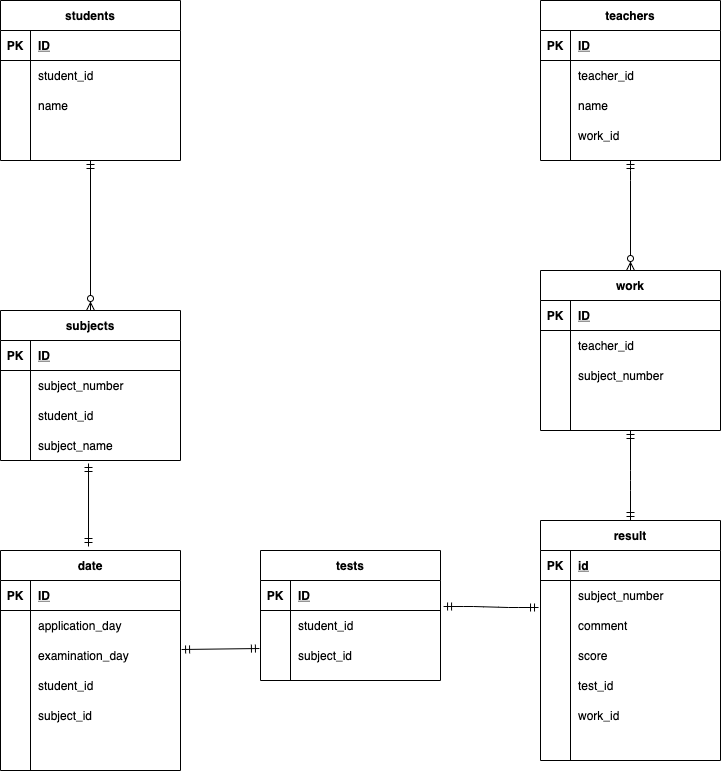
The draw.io diagram index.drawio.png in mkiim/ERD, before a commit. Source tidied: cells renumbered, new cells last; positions are measured from the earlier drawing's top-left corner, leaving out a move shared by most shapes.
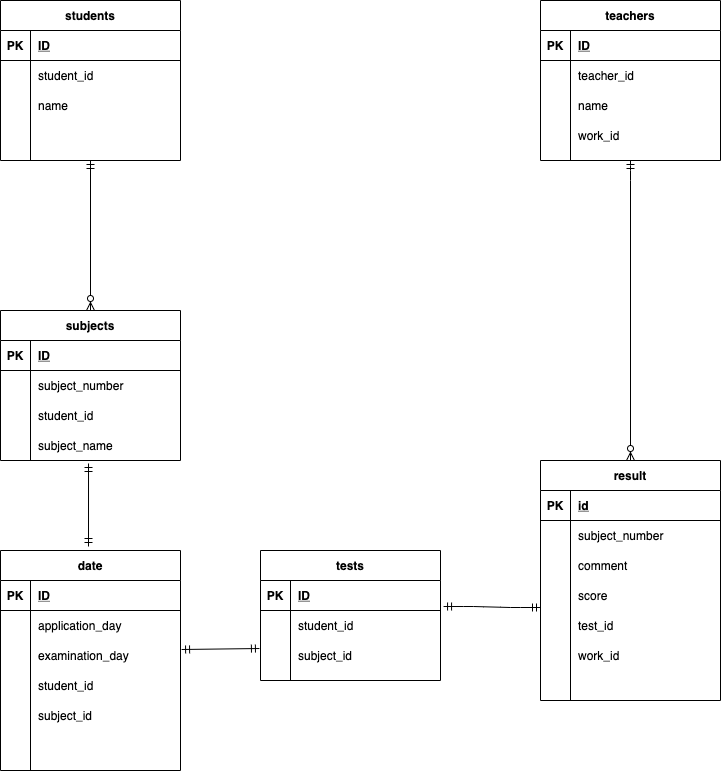
After the commit.

Diff of the diagram source:
```diff
@@ -81,7 +81,7 @@
       <mxGeometry x="30" width="150" height="30" as="geometry" />
     </mxCell>
     <mxCell id="28" value="result" style="shape=table;startSize=30;rowLines=0;fontStyle=1;align=center;" parent="1" vertex="1">
-      <mxGeometry x="540" y="520" width="180" height="240" as="geometry" />
+      <mxGeometry x="540" y="460" width="180" height="240" as="geometry" />
     </mxCell>
     <mxCell id="29" style="shape=partialRectangle;fillColor=none;top=0;left=0;bottom=1;right=0;" parent="28" vertex="1">
       <mxGeometry y="30" width="180" height="30" as="geometry" />
@@ -209,46 +209,7 @@
     <mxCell id="70" value="subject_id" style="shape=partialRectangle;fillColor=none;top=0;left=0;bottom=0;right=0;align=left;spacingLeft=6;overflow=hidden;" parent="68" vertex="1">
       <mxGeometry x="30" width="150" height="30" as="geometry" />
     </mxCell>
-    <mxCell id="71" value="work" style="shape=table;startSize=30;rowLines=0;fontStyle=1;align=center;" parent="1" vertex="1">
-      <mxGeometry x="540" y="270" width="180" height="160" as="geometry" />
-    </mxCell>
-    <mxCell id="72" style="shape=partialRectangle;fillColor=none;top=0;left=0;bottom=1;right=0;" parent="71" vertex="1">
-      <mxGeometry y="30" width="180" height="30" as="geometry" />
-    </mxCell>
-    <mxCell id="73" value="PK" style="shape=partialRectangle;fillColor=none;top=0;left=0;bottom=0;right=0;fontStyle=1;overflow=hidden;" parent="72" vertex="1">
-      <mxGeometry width="30" height="30" as="geometry" />
-    </mxCell>
-    <mxCell id="74" value="ID" style="shape=partialRectangle;fillColor=none;top=0;left=0;bottom=0;right=0;align=left;spacingLeft=6;fontStyle=5;overflow=hidden;" parent="72" vertex="1">
-      <mxGeometry x="30" width="150" height="30" as="geometry" />
-    </mxCell>
-    <mxCell id="75" style="shape=partialRectangle;fillColor=none;top=0;left=0;bottom=0;right=0;" parent="71" vertex="1">
-      <mxGeometry y="60" width="180" height="30" as="geometry" />
-    </mxCell>
-    <mxCell id="76" style="shape=partialRectangle;fillColor=none;top=0;left=0;bottom=0;right=0;overflow=hidden;" parent="75" vertex="1">
-      <mxGeometry width="30" height="30" as="geometry" />
-    </mxCell>
-    <mxCell id="77" value="teacher_id" style="shape=partialRectangle;fillColor=none;top=0;left=0;bottom=0;right=0;align=left;spacingLeft=6;overflow=hidden;" parent="75" vertex="1">
-      <mxGeometry x="30" width="150" height="30" as="geometry" />
-    </mxCell>
-    <mxCell id="78" style="shape=partialRectangle;fillColor=none;top=0;left=0;bottom=0;right=0;" parent="71" vertex="1">
-      <mxGeometry y="90" width="180" height="30" as="geometry" />
-    </mxCell>
-    <mxCell id="79" style="shape=partialRectangle;fillColor=none;top=0;left=0;bottom=0;right=0;overflow=hidden;" parent="78" vertex="1">
-      <mxGeometry width="30" height="30" as="geometry" />
-    </mxCell>
-    <mxCell id="80" value="subject_number" style="shape=partialRectangle;fillColor=none;top=0;left=0;bottom=0;right=0;align=left;spacingLeft=6;overflow=hidden;" parent="78" vertex="1">
-      <mxGeometry x="30" width="150" height="30" as="geometry" />
-    </mxCell>
-    <mxCell id="81" style="shape=partialRectangle;fillColor=none;top=0;left=0;bottom=0;right=0;" parent="71" vertex="1">
-      <mxGeometry y="120" width="180" height="30" as="geometry" />
-    </mxCell>
-    <mxCell id="82" style="shape=partialRectangle;fillColor=none;top=0;left=0;bottom=0;right=0;overflow=hidden;" parent="81" vertex="1">
-      <mxGeometry width="30" height="30" as="geometry" />
-    </mxCell>
-    <mxCell id="83" style="shape=partialRectangle;fillColor=none;top=0;left=0;bottom=0;right=0;align=left;spacingLeft=6;overflow=hidden;" parent="81" vertex="1">
-      <mxGeometry x="30" width="150" height="30" as="geometry" />
-    </mxCell>
-    <mxCell id="84" style="fontSize=12;html=1;endArrow=ERzeroToMany;startArrow=ERmandOne;entryX=0.5;entryY=0;entryDx=0;entryDy=0;" parent="1" edge="1" target="71">
+    <mxCell id="84" style="fontSize=12;html=1;endArrow=ERzeroToMany;startArrow=ERmandOne;entryX=0.5;entryY=0;entryDx=0;entryDy=0;" parent="1" edge="1" target="28">
       <mxGeometry relative="1" as="geometry">
         <mxPoint x="630" y="160" as="sourcePoint" />
         <Array as="points">
@@ -256,15 +217,7 @@
         </Array>
       </mxGeometry>
     </mxCell>
-    <mxCell id="85" style="fontSize=12;html=1;endArrow=ERmandOne;startArrow=ERmandOne;exitX=0.5;exitY=0;exitDx=0;exitDy=0;" parent="1" edge="1" source="28">
-      <mxGeometry relative="1" as="geometry">
-        <mxPoint x="630" y="430" as="targetPoint" />
-        <Array as="points">
-          <mxPoint x="630" y="480" />
-        </Array>
-      </mxGeometry>
-    </mxCell>
-    <mxCell id="86" style="edgeStyle=entityRelationEdgeStyle;fontSize=12;html=1;endArrow=ERmandOne;startArrow=ERmandOne;entryX=-0.011;entryY=-0.1;entryDx=0;entryDy=0;entryPerimeter=0;exitX=1.017;exitY=-0.133;exitDx=0;exitDy=0;exitPerimeter=0;" parent="1" edge="1" source="65" target="35">
+    <mxCell id="86" style="edgeStyle=entityRelationEdgeStyle;fontSize=12;html=1;endArrow=ERmandOne;startArrow=ERmandOne;entryX=0;entryY=0.9;entryDx=0;entryDy=0;entryPerimeter=0;exitX=1.017;exitY=-0.133;exitDx=0;exitDy=0;exitPerimeter=0;" parent="1" edge="1" source="65" target="38">
       <mxGeometry relative="1" as="geometry" />
     </mxCell>
     <mxCell id="87" value="date" style="shape=table;startSize=30;rowLines=0;fontStyle=1;align=center;" parent="1" vertex="1">
```
